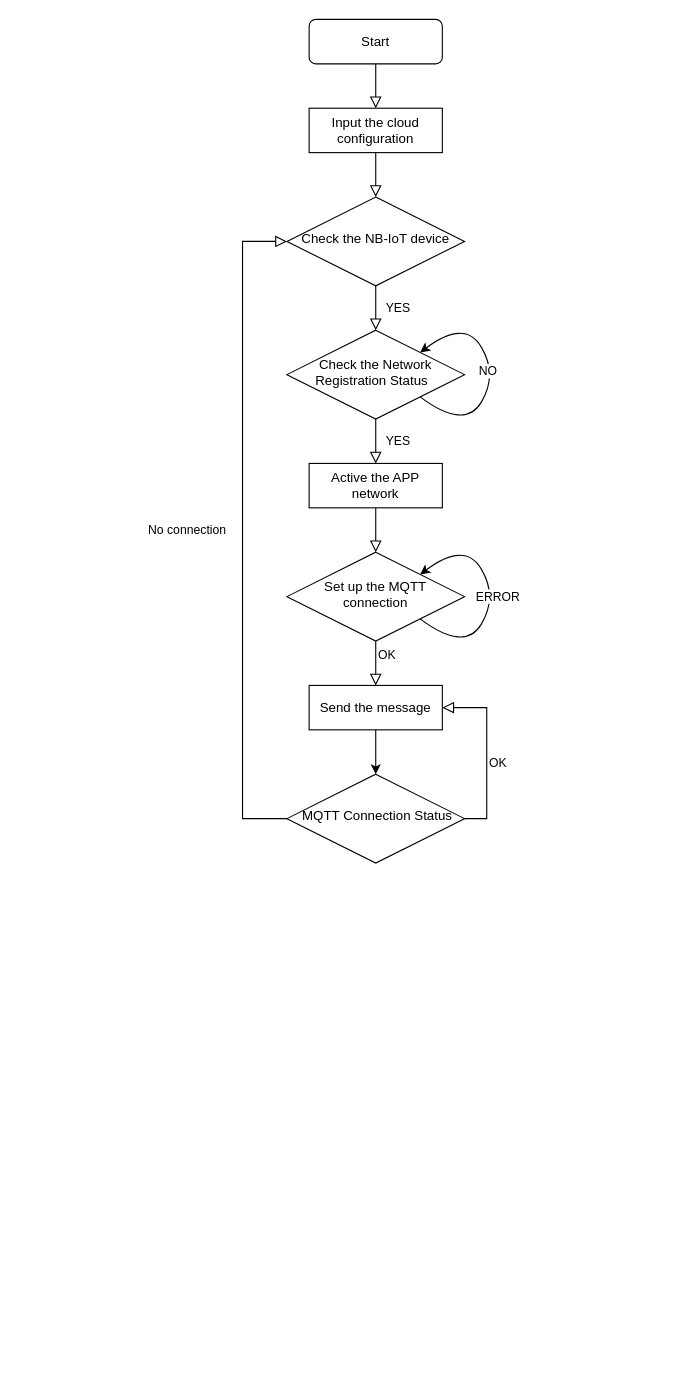
Above: NB_IoT.drawio in K2ayzz/ForDrawIO (draw.io), before the change. Source tidied: cells renumbered, new cells numbered last; positions are measured from the earlier drawing's top-left corner, leaving out a move shared by most shapes. Both pictures are drawn from the tidied source at 111%, with x=0, y=0 at pixel (242, 19).
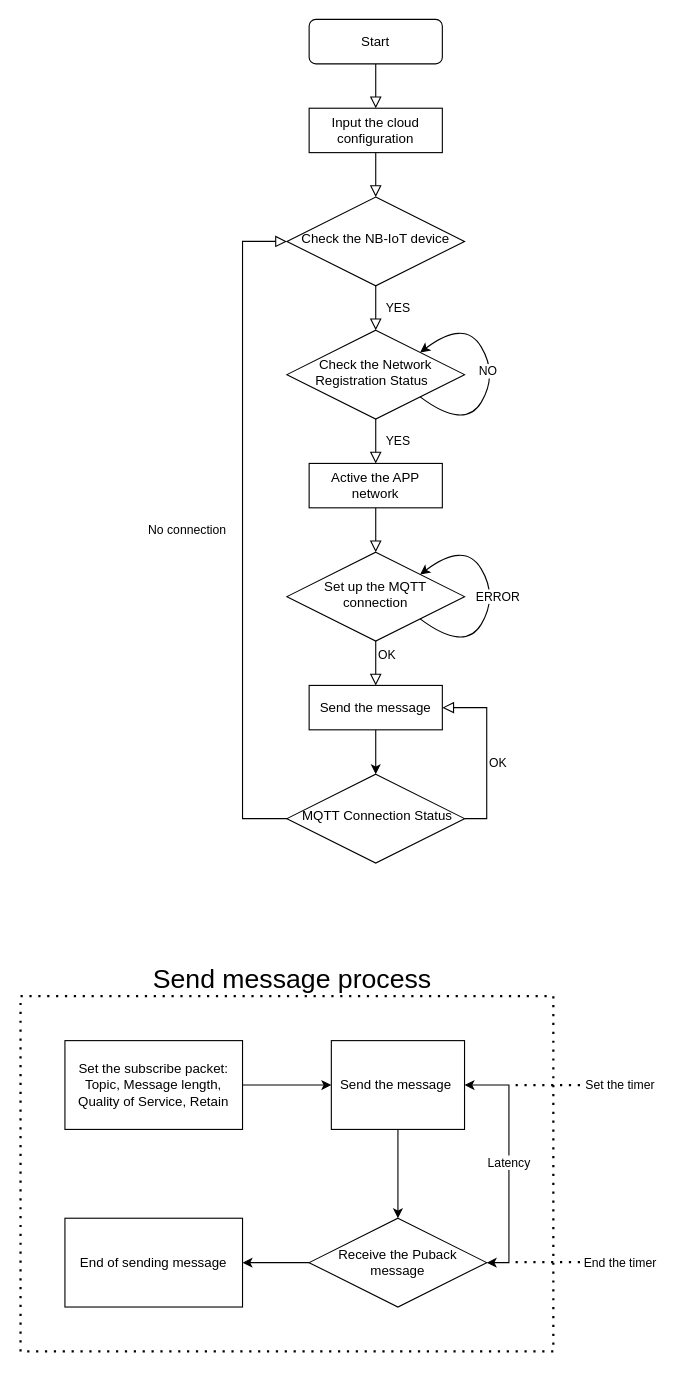
The same page after the edit.

Commit message:
Cập nhật NB_IoT.drawio

What changed in the source:
```diff
@@
+    <mxCell id="21" style="edgeStyle=orthogonalEdgeStyle;rounded=0;jettySize=auto;html=1;" parent="1" edge="1" source="22" target="24">
+      <mxGeometry relative="1" as="geometry" />
+    </mxCell>
+    <mxCell id="22" value="Set the subscribe packet: Topic, Message length, Quality of Service, Retain" style="rounded=0;whiteSpace=wrap;html=1;" parent="1" vertex="1">
+      <mxGeometry x="-160" y="920" width="160" height="80" as="geometry" />
+    </mxCell>
+    <mxCell id="23" style="edgeStyle=orthogonalEdgeStyle;rounded=0;jettySize=auto;html=1;" parent="1" edge="1" source="24" target="26">
+      <mxGeometry relative="1" as="geometry" />
+    </mxCell>
+    <mxCell id="24" value="Send the message&amp;nbsp;" style="rounded=0;whiteSpace=wrap;html=1;" parent="1" vertex="1">
+      <mxGeometry x="80" y="920" width="120" height="80" as="geometry" />
+    </mxCell>
+    <mxCell id="25" style="edgeStyle=orthogonalEdgeStyle;rounded=0;jettySize=auto;html=1;" parent="1" edge="1" source="26" target="28">
+      <mxGeometry relative="1" as="geometry" />
+    </mxCell>
+    <mxCell id="26" value="Receive the Puback message" style="rhombus;whiteSpace=wrap;html=1;rounded=0;" parent="1" vertex="1">
+      <mxGeometry x="60" y="1080" width="160" height="80" as="geometry" />
+    </mxCell>
+    <mxCell id="27" value="Latency" style="endArrow=classic;startArrow=classic;html=1;rounded=0;entryX=1;entryY=0.5;entryDx=0;entryDy=0;exitX=1;exitY=0.5;exitDx=0;exitDy=0;" parent="1" edge="1" source="26" target="24">
+      <mxGeometry relative="1" as="geometry">
+        <Array as="points">
+          <mxPoint x="240" y="1120" />
+          <mxPoint x="240" y="1040" />
+          <mxPoint x="240" y="960" />
+        </Array>
+      </mxGeometry>
+    </mxCell>
+    <mxCell id="28" value="End of sending message" style="whiteSpace=wrap;html=1;rounded=0;" parent="1" vertex="1">
+      <mxGeometry x="-160" y="1080" width="160" height="80" as="geometry" />
+    </mxCell>
+    <mxCell id="29" style="endArrow=none;dashed=1;html=1;dashPattern=1 3;strokeWidth=2;rounded=0;" parent="1" edge="1">
+      <mxGeometry relative="1" as="geometry">
+        <mxPoint x="280" y="1200" as="sourcePoint" />
+        <mxPoint x="280" y="1200" as="targetPoint" />
+        <Array as="points">
+          <mxPoint x="-200" y="1200" />
+          <mxPoint x="-200" y="880" />
+          <mxPoint x="280" y="880" />
+        </Array>
+      </mxGeometry>
+    </mxCell>
+    <mxCell id="30" value="&lt;font style=&quot;font-size: 24px;&quot;&gt;Send message process&lt;/font&gt;" style="text;html=1;strokeColor=none;fillColor=none;align=center;verticalAlign=middle;whiteSpace=wrap;rounded=0;" parent="1" vertex="1">
+      <mxGeometry x="-90" y="850" width="270" height="30" as="geometry" />
+    </mxCell>
+    <mxCell id="31" value="Set the timer" style="endArrow=none;dashed=1;html=1;dashPattern=1 3;strokeWidth=2;rounded=0;" parent="1" edge="1">
+      <mxGeometry x="-1" y="-20" relative="1" as="geometry">
+        <mxPoint x="320" y="960" as="sourcePoint" />
+        <mxPoint x="240" y="960" as="targetPoint" />
+        <mxPoint x="20" y="20" as="offset" />
+      </mxGeometry>
+    </mxCell>
+    <mxCell id="32" value="End the timer" style="endArrow=none;dashed=1;html=1;dashPattern=1 3;strokeWidth=2;rounded=0;" parent="1" edge="1">
+      <mxGeometry x="-1" y="-20" relative="1" as="geometry">
+        <mxPoint x="320" y="1119.6" as="sourcePoint" />
+        <mxPoint x="240" y="1119.6" as="targetPoint" />
+        <mxPoint x="20" y="20" as="offset" />
+      </mxGeometry>
+    </mxCell>
```
